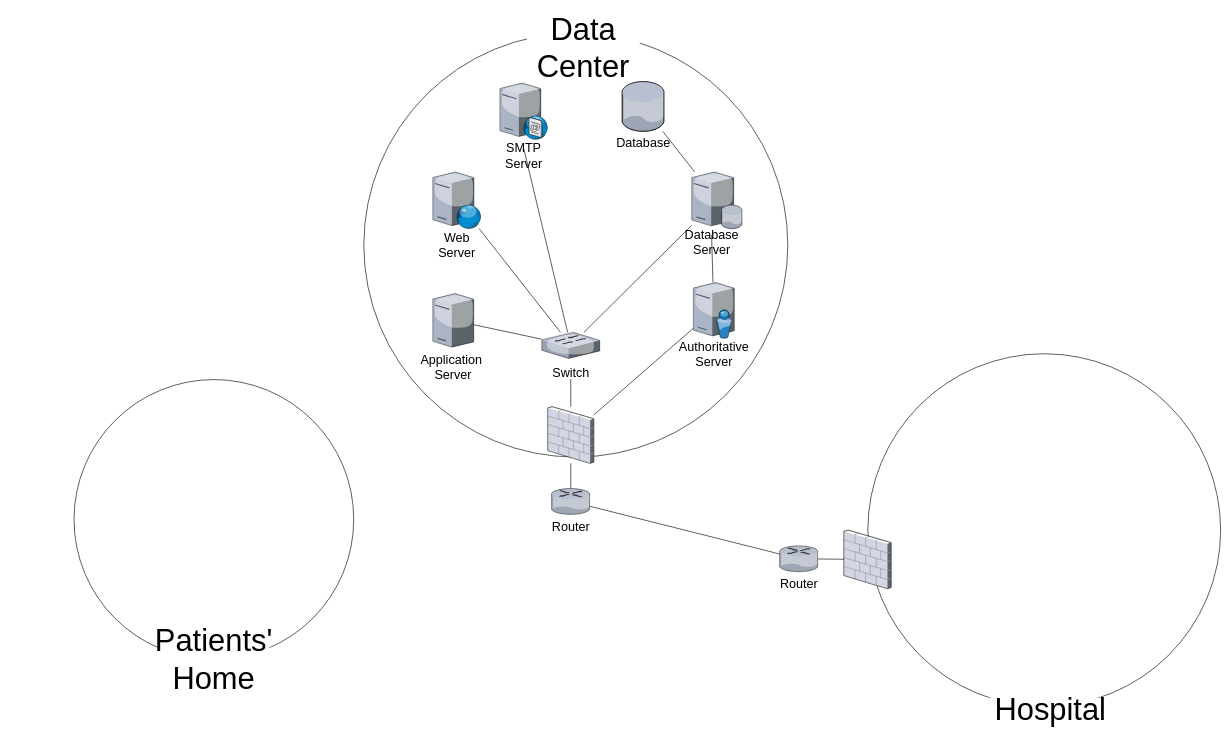
Above: Untitled Diagram.drawio in johnGorillaZheng/ANU-Basketball (draw.io), before the change. Source tidied: cells renumbered, new cells numbered last; positions are measured from the earlier drawing's top-left corner, leaving out a move shared by most shapes. Both pictures are drawn from the tidied source at 63%, with x=0, y=0 at pixel (74, 14).
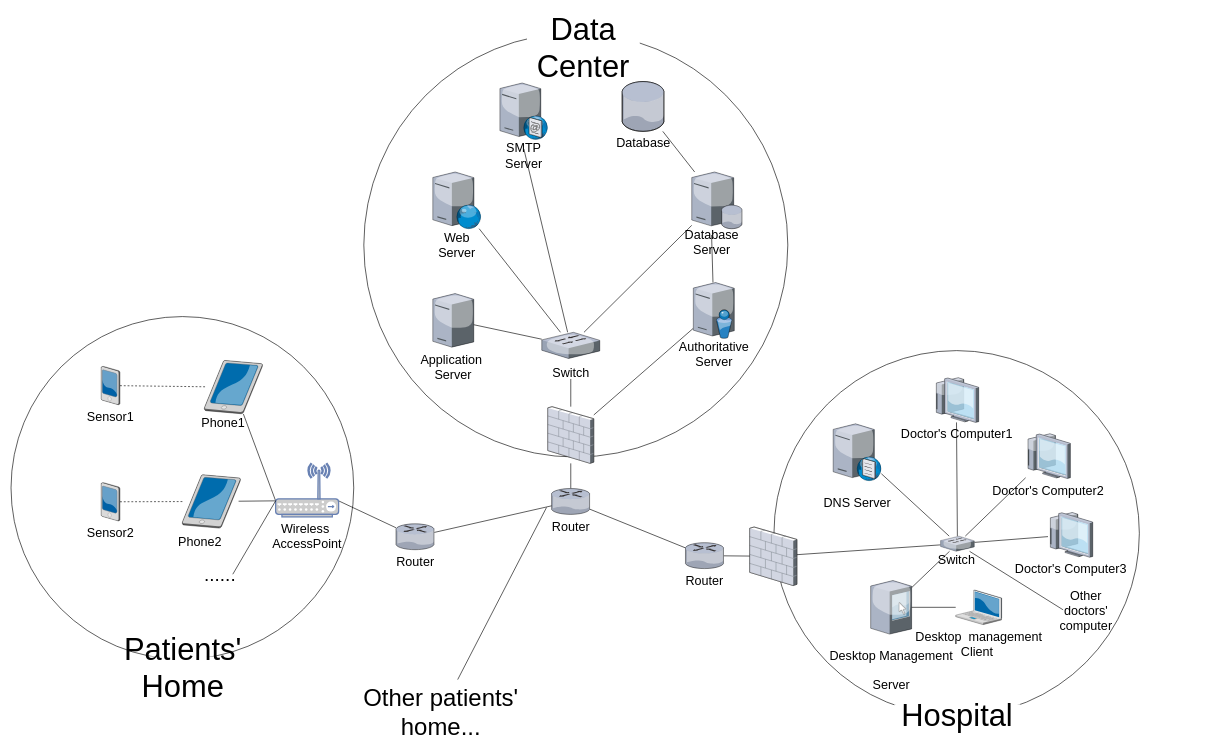
After the change.

The change refers to these unchanged cells:
```xml
<mxCell id="36" style="verticalLabelPosition=bottom;html=1;verticalAlign=top;strokeColor=none;align=center;outlineConnect=0;shape=mxgraph.citrix.router;" parent="35" vertex="1">
  <mxGeometry width="61" height="41" as="geometry" />
</mxCell>
<mxCell id="45" style="verticalLabelPosition=bottom;html=1;verticalAlign=top;strokeColor=none;align=center;outlineConnect=0;shape=mxgraph.citrix.router;" parent="44" vertex="1">
  <mxGeometry width="61" height="41" as="geometry" />
</mxCell>
```

What changed in the source:
```diff
@@
+    <mxCell id="41" style="ellipse;whiteSpace=wrap;html=1;strokeWidth=1;fillColor=#ffffff;fontSize=20;" parent="1" vertex="1">
+      <mxGeometry x="1111" y="533" width="580" height="580" as="geometry" />
+    </mxCell>
@@
-    <mxCell id="39" style="group;" parent="1" vertex="1">
-      <mxGeometry x="1120" y="538" width="700" height="583" as="geometry" />
-    </mxCell>
-    <mxCell id="40" style="group;" parent="39" vertex="1">
-      <mxGeometry x="140" width="560" height="583" as="geometry" />
-    </mxCell>
-    <mxCell id="41" style="ellipse;whiteSpace=wrap;html=1;strokeWidth=1;fillColor=#ffffff;fontSize=20;" parent="40" vertex="1">
-      <mxGeometry width="560" height="560" as="geometry" />
-    </mxCell>
-    <mxCell id="42" value="Hospital&lt;br&gt;" style="text;html=1;align=center;verticalAlign=middle;whiteSpace=wrap;rounded=0;strokeWidth=6;fontSize=49;fillColor=#ffffff;" parent="40" vertex="1">
-      <mxGeometry x="190" y="546" width="200" height="37" as="geometry" />
-    </mxCell>
+    <mxCell id="48" style="ellipse;whiteSpace=wrap;html=1;strokeWidth=1;fillColor=#ffffff;fontSize=20;" parent="1" vertex="1">
+      <mxGeometry x="-100" y="479" width="544" height="544" as="geometry" />
+    </mxCell>
+    <mxCell id="49" value="Patients' Home" style="text;html=1;align=center;verticalAlign=middle;whiteSpace=wrap;rounded=0;strokeWidth=6;fontSize=49;fillColor=#ffffff;" parent="1" vertex="1">
+      <mxGeometry x="73" y="1018.5" width="200" height="37" as="geometry" />
+    </mxCell>
+    <mxCell id="50" style="group;" parent="1" vertex="1">
+      <mxGeometry x="511" y="808" width="61" height="70" as="geometry" />
+    </mxCell>
+    <mxCell id="51" style="verticalLabelPosition=bottom;html=1;verticalAlign=top;strokeColor=none;align=center;outlineConnect=0;shape=mxgraph.citrix.router;" parent="50" vertex="1">
+      <mxGeometry width="61" height="41" as="geometry" />
+    </mxCell>
+    <mxCell id="52" value="Router" style="text;html=1;strokeColor=none;fillColor=none;align=center;verticalAlign=middle;whiteSpace=wrap;rounded=0;fontSize=20;" parent="50" vertex="1">
+      <mxGeometry x="10.5" y="50" width="40" height="20" as="geometry" />
+    </mxCell>
+    <mxCell id="53" style="edgeStyle=none;rounded=0;jettySize=auto;html=1;endArrow=none;endFill=0;fontSize=20;entryX=1;entryY=0.7;entryDx=0;entryDy=0;entryPerimeter=0;" parent="1" edge="1" source="51" target="57">
+      <mxGeometry relative="1" as="geometry" />
+    </mxCell>
+    <mxCell id="54" style="edgeStyle=none;rounded=0;jettySize=auto;html=1;endArrow=none;endFill=0;fontSize=20;" parent="1" edge="1" source="51" target="36">
+      <mxGeometry relative="1" as="geometry" />
+    </mxCell>
+    <mxCell id="55" style="edgeStyle=none;rounded=0;jettySize=auto;html=1;endArrow=none;endFill=0;fontSize=20;entryX=0;entryY=0.7;entryDx=0;entryDy=0;entryPerimeter=0;" parent="1" edge="1" source="67" target="57">
+      <mxGeometry relative="1" as="geometry" />
+    </mxCell>
+    <mxCell id="56" style="group;" parent="1" vertex="1">
+      <mxGeometry x="320" y="712" width="100" height="125" as="geometry" />
+    </mxCell>
+    <mxCell id="57" style="fontColor=#0066CC;verticalAlign=top;verticalLabelPosition=bottom;labelPosition=center;align=center;html=1;outlineConnect=0;fillColor=#CCCCCC;strokeColor=#6881B3;gradientColor=none;gradientDirection=north;strokeWidth=2;shape=mxgraph.networks.wireless_hub;" parent="56" vertex="1">
+      <mxGeometry width="100" height="85" as="geometry" />
+    </mxCell>
+    <mxCell id="58" value="Wireless&amp;nbsp;&lt;br&gt;AccessPoint&lt;br&gt;" style="text;html=1;strokeColor=none;fillColor=none;align=center;verticalAlign=middle;whiteSpace=wrap;rounded=0;fontSize=20;" parent="56" vertex="1">
+      <mxGeometry x="30" y="105" width="40" height="20" as="geometry" />
+    </mxCell>
+    <mxCell id="59" style="edgeStyle=none;rounded=0;jettySize=auto;html=1;entryX=0;entryY=0.7;entryDx=0;entryDy=0;entryPerimeter=0;endArrow=none;endFill=0;fontSize=20;" parent="1" edge="1" source="64" target="57">
+      <mxGeometry relative="1" as="geometry" />
+    </mxCell>
+    <mxCell id="60" style="edgeStyle=none;rounded=0;jettySize=auto;html=1;entryX=0;entryY=0.7;entryDx=0;entryDy=0;entryPerimeter=0;endArrow=none;endFill=0;fontSize=20;exitX=1;exitY=0.5;exitDx=0;exitDy=0;" parent="1" edge="1" source="62" target="57">
+      <mxGeometry relative="1" as="geometry" />
+    </mxCell>
+    <mxCell id="61" style="edgeStyle=none;rounded=0;jettySize=auto;html=1;endArrow=none;endFill=0;fontSize=30;dashed=1;" parent="1" edge="1" source="70" target="67">
+      <mxGeometry relative="1" as="geometry" />
+    </mxCell>
+    <mxCell id="62" value="......" style="text;html=1;strokeColor=none;fillColor=none;align=center;verticalAlign=middle;whiteSpace=wrap;rounded=0;fontSize=30;" parent="1" vertex="1">
+      <mxGeometry x="212" y="878" width="40" height="20" as="geometry" />
+    </mxCell>
+    <mxCell id="63" style="group;" parent="1" vertex="1">
+      <mxGeometry x="177" y="729.5" width="82" height="115" as="geometry" />
+    </mxCell>
+    <mxCell id="64" style="verticalLabelPosition=bottom;html=1;verticalAlign=top;strokeColor=none;align=center;outlineConnect=0;shape=mxgraph.citrix.tablet_2;fillColor=#ffffff;fontSize=20;rotation=95;direction=east;" parent="63" vertex="1">
+      <mxGeometry width="82" height="86" as="geometry" />
+    </mxCell>
+    <mxCell id="65" value="Phone2" style="text;html=1;strokeColor=none;fillColor=none;align=center;verticalAlign=middle;whiteSpace=wrap;rounded=0;fontSize=20;" parent="63" vertex="1">
+      <mxGeometry x="3" y="95" width="40" height="20" as="geometry" />
+    </mxCell>
+    <mxCell id="66" style="group;" parent="1" vertex="1">
+      <mxGeometry x="212" y="548" width="82" height="109" as="geometry" />
+    </mxCell>
+    <mxCell id="67" style="verticalLabelPosition=bottom;html=1;verticalAlign=top;strokeColor=none;align=center;outlineConnect=0;shape=mxgraph.citrix.tablet_2;fillColor=#ffffff;fontSize=20;rotation=95;direction=east;" parent="66" vertex="1">
+      <mxGeometry width="82" height="86" as="geometry" />
+    </mxCell>
+    <mxCell id="68" value="Phone1" style="text;html=1;strokeColor=none;fillColor=none;align=center;verticalAlign=middle;whiteSpace=wrap;rounded=0;fontSize=20;" parent="66" vertex="1">
+      <mxGeometry x="5" y="89" width="40" height="20" as="geometry" />
+    </mxCell>
+    <mxCell id="69" style="group;" parent="1" vertex="1">
+      <mxGeometry x="38" y="558" width="40" height="89" as="geometry" />
+    </mxCell>
+    <mxCell id="70" style="verticalLabelPosition=bottom;html=1;verticalAlign=top;strokeColor=none;align=center;outlineConnect=0;shape=mxgraph.citrix.pda;fillColor=#ffffff;fontSize=20;" parent="69" vertex="1">
+      <mxGeometry x="5" width="30" height="61" as="geometry" />
+    </mxCell>
+    <mxCell id="71" value="Sensor1" style="text;html=1;strokeColor=none;fillColor=none;align=center;verticalAlign=middle;whiteSpace=wrap;rounded=0;fontSize=20;" parent="69" vertex="1">
+      <mxGeometry y="69" width="40" height="20" as="geometry" />
+    </mxCell>
+    <mxCell id="72" style="group;" parent="1" vertex="1">
+      <mxGeometry x="38" y="742.5" width="40" height="89" as="geometry" />
+    </mxCell>
+    <mxCell id="73" style="verticalLabelPosition=bottom;html=1;verticalAlign=top;strokeColor=none;align=center;outlineConnect=0;shape=mxgraph.citrix.pda;fillColor=#ffffff;fontSize=20;" parent="72" vertex="1">
+      <mxGeometry x="5" width="30" height="61" as="geometry" />
+    </mxCell>
+    <mxCell id="74" value="Sensor2" style="text;html=1;strokeColor=none;fillColor=none;align=center;verticalAlign=middle;whiteSpace=wrap;rounded=0;fontSize=20;" parent="72" vertex="1">
+      <mxGeometry y="69" width="40" height="20" as="geometry" />
+    </mxCell>
+    <mxCell id="75" style="edgeStyle=none;rounded=0;jettySize=auto;html=1;dashed=1;endArrow=none;endFill=0;fontSize=20;" parent="1" edge="1" source="73" target="64">
+      <mxGeometry relative="1" as="geometry" />
+    </mxCell>
+    <mxCell id="76" style="edgeStyle=none;rounded=0;jettySize=auto;html=1;endArrow=none;endFill=0;fontSize=38;" parent="1" edge="1" source="77">
+      <mxGeometry relative="1" as="geometry">
+        <mxPoint x="750" y="782" as="targetPoint" />
+      </mxGeometry>
+    </mxCell>
+    <mxCell id="77" value="Other patients' home..." style="text;html=1;align=center;verticalAlign=middle;whiteSpace=wrap;rounded=0;strokeWidth=6;fontSize=38;fillColor=#ffffff;" parent="1" vertex="1">
+      <mxGeometry x="457.5" y="1055.5" width="249" height="104" as="geometry" />
+    </mxCell>
+    <mxCell id="78" style="edgeStyle=none;rounded=0;jettySize=auto;html=1;endArrow=none;endFill=0;fontSize=20;" parent="1" edge="1" source="43" target="85">
+      <mxGeometry relative="1" as="geometry" />
+    </mxCell>
-    <mxCell id="43" style="verticalLabelPosition=bottom;html=1;verticalAlign=top;strokeColor=none;align=center;outlineConnect=0;shape=mxgraph.citrix.firewall;fillColor=#ffffff;fontSize=20;" parent="39" vertex="1">
-      <mxGeometry x="102" y="280" width="75" height="93" as="geometry" />
+    <mxCell id="43" style="verticalLabelPosition=bottom;html=1;verticalAlign=top;strokeColor=none;align=center;outlineConnect=0;shape=mxgraph.citrix.firewall;fillColor=#ffffff;fontSize=20;" parent="1" vertex="1">
+      <mxGeometry x="1072.5" y="813" width="75" height="93" as="geometry" />
     </mxCell>
-    <mxCell id="44" style="group;" parent="39" vertex="1">
-      <mxGeometry y="305" width="61" height="70" as="geometry" />
+    <mxCell id="44" style="group;" parent="1" vertex="1">
+      <mxGeometry x="970.5" y="838" width="61" height="70" as="geometry" />
     </mxCell>
@@
-    <mxCell id="47" style="edgeStyle=none;rounded=0;jettySize=auto;html=1;endArrow=none;endFill=0;fontSize=20;" parent="39" edge="1" source="45" target="43">
+    <mxCell id="47" style="edgeStyle=none;rounded=0;jettySize=auto;html=1;endArrow=none;endFill=0;fontSize=20;" parent="1" edge="1" source="45" target="43">
       <mxGeometry relative="1" as="geometry" />
     </mxCell>
-    <mxCell id="48" style="ellipse;whiteSpace=wrap;html=1;strokeWidth=1;fillColor=#ffffff;fontSize=20;" parent="1" vertex="1">
-      <mxGeometry y="579" width="444" height="444" as="geometry" />
-    </mxCell>
-    <mxCell id="49" value="Patients' Home" style="text;html=1;align=center;verticalAlign=middle;whiteSpace=wrap;rounded=0;strokeWidth=6;fontSize=49;fillColor=#ffffff;" parent="1" vertex="1">
-      <mxGeometry x="122" y="1004.5" width="200" height="37" as="geometry" />
-    </mxCell>
+    <mxCell id="42" value="Hospital&lt;br&gt;" style="text;html=1;align=center;verticalAlign=middle;whiteSpace=wrap;rounded=0;strokeWidth=6;fontSize=49;fillColor=#ffffff;" parent="1" vertex="1">
+      <mxGeometry x="1302" y="1094.5" width="200" height="37" as="geometry" />
+    </mxCell>
+    <mxCell id="79" value="Doctor's Computer1" style="verticalLabelPosition=bottom;html=1;verticalAlign=top;strokeColor=none;align=center;outlineConnect=0;shape=mxgraph.citrix.thin_client;fillColor=#ffffff;fontSize=20;" parent="1" vertex="1">
+      <mxGeometry x="1365" y="576" width="71" height="71" as="geometry" />
+    </mxCell>
+    <mxCell id="80" style="edgeStyle=none;rounded=0;jettySize=auto;html=1;endArrow=none;endFill=0;fontSize=20;" parent="1" edge="1" source="81" target="85">
+      <mxGeometry relative="1" as="geometry" />
+    </mxCell>
+    <mxCell id="81" value="Doctor's Computer2" style="verticalLabelPosition=bottom;html=1;verticalAlign=top;strokeColor=none;align=center;outlineConnect=0;shape=mxgraph.citrix.thin_client;fillColor=#ffffff;fontSize=20;" parent="1" vertex="1">
+      <mxGeometry x="1510.5" y="665" width="71" height="71" as="geometry" />
+    </mxCell>
+    <mxCell id="82" style="edgeStyle=none;rounded=0;jettySize=auto;html=1;endArrow=none;endFill=0;fontSize=20;" parent="1" edge="1" source="83" target="85">
+      <mxGeometry relative="1" as="geometry" />
+    </mxCell>
+    <mxCell id="83" value="Doctor's Computer3" style="verticalLabelPosition=bottom;html=1;verticalAlign=top;strokeColor=none;align=center;outlineConnect=0;shape=mxgraph.citrix.thin_client;fillColor=#ffffff;fontSize=20;" parent="1" vertex="1">
+      <mxGeometry x="1546" y="790" width="71" height="71" as="geometry" />
+    </mxCell>
+    <mxCell id="84" style="group;" parent="1" vertex="1">
+      <mxGeometry x="1354.5" y="827.5" width="92" height="43" as="geometry" />
+    </mxCell>
+    <mxCell id="85" style="verticalLabelPosition=bottom;html=1;verticalAlign=top;strokeColor=none;align=center;outlineConnect=0;shape=mxgraph.citrix.switch;" parent="84" vertex="1">
+      <mxGeometry x="21" width="53.5" height="24.1" as="geometry" />
+    </mxCell>
+    <mxCell id="86" value="Switch" style="text;html=1;strokeColor=none;fillColor=none;align=center;verticalAlign=middle;whiteSpace=wrap;rounded=0;fontSize=20;" parent="84" vertex="1">
+      <mxGeometry x="26" y="31.4" width="40" height="11.6" as="geometry" />
+    </mxCell>
+    <mxCell id="87" style="edgeStyle=none;rounded=0;jettySize=auto;html=1;endArrow=none;endFill=0;fontSize=20;" parent="1" edge="1" source="88" target="85">
+      <mxGeometry relative="1" as="geometry" />
+    </mxCell>
+    <mxCell id="88" value="&lt;font style=&quot;font-size: 20px&quot;&gt;DNS Server&lt;/font&gt;" style="verticalLabelPosition=bottom;html=1;verticalAlign=top;strokeColor=none;align=center;outlineConnect=0;shape=mxgraph.citrix.dns_server;fillColor=#ffffff;fontSize=38;" parent="1" vertex="1">
+      <mxGeometry x="1205" y="647" width="76.5" height="92.5" as="geometry" />
+    </mxCell>
+    <mxCell id="89" style="edgeStyle=none;rounded=0;jettySize=auto;html=1;endArrow=none;endFill=0;fontSize=20;" parent="1" edge="1" source="90" target="85">
+      <mxGeometry relative="1" as="geometry" />
+    </mxCell>
+    <mxCell id="90" value="&lt;font style=&quot;font-size: 20px&quot;&gt;Desktop&amp;nbsp;Management&lt;br&gt;Server&lt;/font&gt;&lt;br&gt;" style="verticalLabelPosition=bottom;html=1;verticalAlign=top;strokeColor=none;align=center;outlineConnect=0;shape=mxgraph.citrix.kiosk;fillColor=#ffffff;fontSize=38;" parent="1" vertex="1">
+      <mxGeometry x="1264.5" y="898" width="65" height="85" as="geometry" />
+    </mxCell>
+    <mxCell id="91" style="edgeStyle=none;rounded=0;jettySize=auto;html=1;endArrow=none;endFill=0;fontSize=20;" parent="1" edge="1" source="92" target="90">
+      <mxGeometry relative="1" as="geometry" />
+    </mxCell>
+    <mxCell id="92" value="Desktop &amp;nbsp;management&lt;br&gt;Client&amp;nbsp;" style="verticalLabelPosition=bottom;html=1;verticalAlign=top;strokeColor=none;align=center;outlineConnect=0;shape=mxgraph.citrix.laptop_2;fillColor=#ffffff;fontSize=20;" parent="1" vertex="1">
+      <mxGeometry x="1399.5" y="913" width="73" height="55" as="geometry" />
+    </mxCell>
+    <mxCell id="93" style="edgeStyle=none;rounded=0;jettySize=auto;html=1;endArrow=none;endFill=0;fontSize=20;" parent="1" edge="1" source="85" target="79">
+      <mxGeometry relative="1" as="geometry" />
+    </mxCell>
+    <mxCell id="94" value="Other doctors' computer" style="text;html=1;strokeColor=none;fillColor=none;align=center;verticalAlign=middle;whiteSpace=wrap;rounded=0;fontSize=20;" parent="1" vertex="1">
+      <mxGeometry x="1570" y="915" width="73" height="59" as="geometry" />
+    </mxCell>
+    <mxCell id="95" style="edgeStyle=none;rounded=0;orthogonalLoop=1;jettySize=auto;html=1;exitX=0.25;exitY=0;exitDx=0;exitDy=0;endArrow=none;endFill=0;fontSize=20;" parent="1" edge="1" source="94" target="94">
+      <mxGeometry relative="1" as="geometry" />
+    </mxCell>
+    <mxCell id="96" style="edgeStyle=none;rounded=0;jettySize=auto;html=1;entryX=0;entryY=0.5;entryDx=0;entryDy=0;endArrow=none;endFill=0;fontSize=20;" parent="1" edge="1" source="85" target="94">
+      <mxGeometry relative="1" as="geometry" />
+    </mxCell>
```
